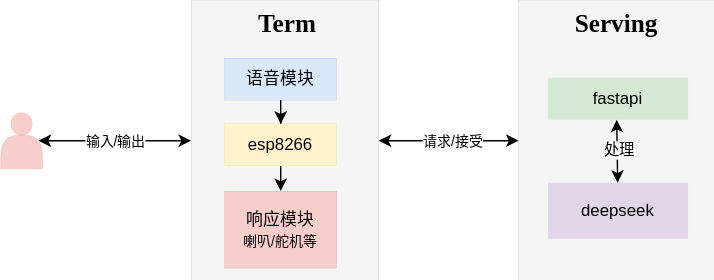
Before: svg/term-serving.drawio.svg, a diagram exported from draw.io (tkdo/device). Source tidied: cells renumbered, new cells last; positions are measured from the earlier drawing's top-left corner, leaving out a move shared by most shapes.
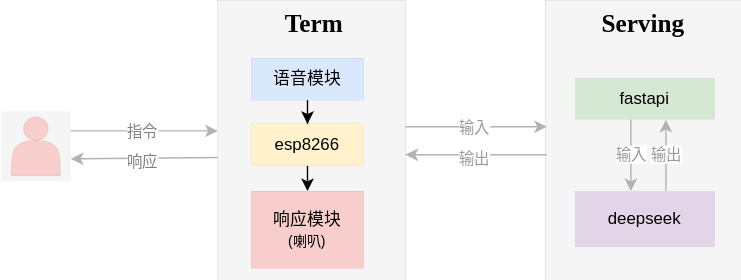
After the commit.

What changed in the source:
```diff
@@ -2,6 +2,9 @@
   <root>
     <mxCell id="0" />
     <mxCell id="1" parent="0" />
+    <mxCell id="20" style="whiteSpace=wrap;html=1;fillColor=#f5f5f5;fontColor=#333333;strokeColor=none;" parent="1" vertex="1">
+      <mxGeometry x="-19" y="79" width="50" height="50" as="geometry" />
+    </mxCell>
     <mxCell id="2" style="rounded=0;whiteSpace=wrap;html=1;fillColor=#f5f5f5;fontColor=#333333;strokeColor=#666666;strokeWidth=0;" parent="1" vertex="1">
       <mxGeometry x="136" width="134" height="200" as="geometry" />
     </mxCell>
@@ -12,13 +15,13 @@
       <mxGeometry x="391" y="55" width="100" height="30" as="geometry" />
     </mxCell>
     <mxCell id="5" value="deepseek" style="rounded=0;whiteSpace=wrap;html=1;fillColor=#e1d5e7;strokeColor=none;glass=0;shadow=0;" parent="1" vertex="1">
-      <mxGeometry x="391" y="130" width="100" height="40" as="geometry" />
+      <mxGeometry x="391" y="136" width="100" height="40" as="geometry" />
     </mxCell>
     <mxCell id="6" value="&lt;h2 style=&quot;margin-top: 0px;&quot;&gt;&lt;font face=&quot;Verdana&quot;&gt;Serving&lt;/font&gt;&lt;/h2&gt;" style="text;html=1;whiteSpace=wrap;overflow=hidden;rounded=0;align=center;" parent="1" vertex="1">
       <mxGeometry x="395" width="90" height="30" as="geometry" />
     </mxCell>
     <mxCell id="7" style="shape=actor;whiteSpace=wrap;html=1;fillColor=#f8cecc;strokeColor=#b85450;strokeWidth=0;" parent="1" vertex="1">
-      <mxGeometry y="80" width="30" height="40" as="geometry" />
+      <mxGeometry x="-11.5" y="83" width="35" height="42" as="geometry" />
     </mxCell>
     <mxCell id="8" style="edgeStyle=orthogonalEdgeStyle;rounded=0;jettySize=auto;html=1;" parent="1" edge="1" source="9" target="13">
       <mxGeometry relative="1" as="geometry" />
@@ -26,41 +29,83 @@
     <mxCell id="9" value="语音模块" style="rounded=0;whiteSpace=wrap;html=1;fillColor=#dae8fc;strokeColor=#6c8ebf;strokeWidth=0;" parent="1" vertex="1">
       <mxGeometry x="160" y="41" width="80" height="30" as="geometry" />
     </mxCell>
-    <mxCell id="10" style="endArrow=classic;startArrow=classic;html=1;rounded=0;" parent="1" edge="1" source="5">
-      <mxGeometry relative="1" as="geometry">
-        <mxPoint x="440" y="85" as="targetPoint" />
-      </mxGeometry>
-    </mxCell>
-    <mxCell id="11" value="处理" style="edgeLabel;html=1;align=center;verticalAlign=middle;" parent="10" vertex="1">
-      <mxGeometry y="-1" relative="1" as="geometry" />
-    </mxCell>
-    <mxCell id="12" value="&lt;div&gt;&lt;span style=&quot;background-color: transparent; color: light-dark(rgb(0, 0, 0), rgb(255, 255, 255));&quot;&gt;响应模块&lt;/span&gt;&lt;/div&gt;&lt;div&gt;&lt;font style=&quot;font-size: 10px;&quot;&gt;喇叭/舵机等&lt;/font&gt;&lt;/div&gt;" style="rounded=0;whiteSpace=wrap;html=1;fillColor=#f8cecc;strokeColor=#b85450;strokeWidth=0;" parent="1" vertex="1">
+    <mxCell id="12" value="&lt;div&gt;&lt;span style=&quot;background-color: transparent; color: light-dark(rgb(0, 0, 0), rgb(255, 255, 255));&quot;&gt;响应模块&lt;/span&gt;&lt;/div&gt;&lt;div&gt;&lt;font style=&quot;font-size: 10px;&quot;&gt;(喇叭)&lt;/font&gt;&lt;/div&gt;" style="rounded=0;whiteSpace=wrap;html=1;fillColor=#f8cecc;strokeColor=#b85450;strokeWidth=0;" parent="1" vertex="1">
       <mxGeometry x="160" y="136" width="80" height="55" as="geometry" />
     </mxCell>
     <mxCell id="13" value="esp8266" style="rounded=0;whiteSpace=wrap;html=1;fillColor=#fff2cc;strokeColor=#d6b656;strokeWidth=0;" parent="1" vertex="1">
       <mxGeometry x="160" y="88" width="80" height="30" as="geometry" />
     </mxCell>
-    <mxCell id="14" style="endArrow=classic;startArrow=classic;html=1;rounded=0;entryX=0;entryY=0.5;entryDx=0;entryDy=0;exitX=1;exitY=0.5;exitDx=0;exitDy=0;" parent="1" edge="1" source="2" target="3">
-      <mxGeometry relative="1" as="geometry" />
-    </mxCell>
-    <mxCell id="15" value="&lt;font style=&quot;font-size: 10px;&quot;&gt;请求/接受&lt;/font&gt;" style="edgeLabel;html=1;align=center;verticalAlign=middle;" parent="14" vertex="1">
-      <mxGeometry x="0.04" y="-2" relative="1" as="geometry">
-        <mxPoint y="-3" as="offset" />
-      </mxGeometry>
-    </mxCell>
     <mxCell id="16" style="endArrow=classic;html=1;rounded=0;exitX=0.5;exitY=1;exitDx=0;exitDy=0;entryX=0.5;entryY=0;entryDx=0;entryDy=0;" parent="1" edge="1" source="13" target="12">
       <mxGeometry relative="1" as="geometry" />
     </mxCell>
-    <mxCell id="17" style="endArrow=classic;startArrow=classic;html=1;rounded=0;entryX=0;entryY=0.5;entryDx=0;entryDy=0;exitX=0.9;exitY=0.5;exitDx=0;exitDy=0;exitPerimeter=0;" parent="1" edge="1" source="7" target="2">
-      <mxGeometry relative="1" as="geometry" />
-    </mxCell>
-    <mxCell id="18" value="&lt;font style=&quot;font-size: 10px;&quot;&gt;输入/输出&lt;/font&gt;" style="edgeLabel;html=1;align=center;verticalAlign=middle;" parent="17" vertex="1">
-      <mxGeometry y="-4" relative="1" as="geometry">
-        <mxPoint y="-5" as="offset" />
-      </mxGeometry>
-    </mxCell>
     <mxCell id="19" value="&lt;h2 style=&quot;margin-top: 0px;&quot;&gt;&lt;font face=&quot;Verdana&quot;&gt;Term&lt;/font&gt;&lt;/h2&gt;" style="text;html=1;whiteSpace=wrap;overflow=hidden;rounded=0;align=center;" parent="1" vertex="1">
       <mxGeometry x="160" width="90" height="30" as="geometry" />
     </mxCell>
+    <mxCell id="21" style="endArrow=classic;html=1;rounded=0;entryX=0.03;entryY=0.42;entryDx=0;entryDy=0;entryPerimeter=0;fillColor=#f5f5f5;strokeColor=#B3B3B3;" parent="1" edge="1">
+      <mxGeometry relative="1" as="geometry">
+        <mxPoint x="31" y="93" as="sourcePoint" />
+        <mxPoint x="136" y="93" as="targetPoint" />
+      </mxGeometry>
+    </mxCell>
+    <mxCell id="22" value="指令" style="edgeLabel;html=1;align=center;verticalAlign=middle;fontColor=#808080;" parent="21" vertex="1">
+      <mxGeometry x="-0.2" y="-2" relative="1" as="geometry">
+        <mxPoint x="8" y="-2" as="offset" />
+      </mxGeometry>
+    </mxCell>
+    <mxCell id="23" style="endArrow=classic;html=1;rounded=0;exitX=0;exitY=0.5;exitDx=0;exitDy=0;fillColor=#f5f5f5;strokeColor=#B3B3B3;" parent="1" edge="1">
+      <mxGeometry relative="1" as="geometry">
+        <mxPoint x="136" y="112" as="sourcePoint" />
+        <mxPoint x="31" y="113" as="targetPoint" />
+      </mxGeometry>
+    </mxCell>
+    <mxCell id="24" value="响应" style="edgeLabel;html=1;align=center;verticalAlign=middle;fontColor=#808080;" parent="23" vertex="1">
+      <mxGeometry x="-0.01" y="2" relative="1" as="geometry">
+        <mxPoint x="-3" as="offset" />
+      </mxGeometry>
+    </mxCell>
+    <mxCell id="25" style="endArrow=classic;html=1;rounded=0;fontColor=#999999;strokeColor=#B3B3B3;" parent="1" edge="1">
+      <mxGeometry relative="1" as="geometry">
+        <mxPoint x="270" y="90" as="sourcePoint" />
+        <mxPoint x="371" y="90" as="targetPoint" />
+      </mxGeometry>
+    </mxCell>
+    <mxCell id="26" value="输入" style="edgeLabel;html=1;align=center;verticalAlign=middle;fontColor=#999999;" parent="25" vertex="1">
+      <mxGeometry x="-0.2" y="-2" relative="1" as="geometry">
+        <mxPoint x="8" y="-2" as="offset" />
+      </mxGeometry>
+    </mxCell>
+    <mxCell id="27" style="endArrow=classic;html=1;rounded=0;fontColor=#999999;strokeColor=#B3B3B3;" parent="1" edge="1">
+      <mxGeometry relative="1" as="geometry">
+        <mxPoint x="371" y="110" as="sourcePoint" />
+        <mxPoint x="270" y="110" as="targetPoint" />
+      </mxGeometry>
+    </mxCell>
+    <mxCell id="28" value="输出" style="edgeLabel;html=1;align=center;verticalAlign=middle;fontColor=#999999;" parent="27" vertex="1">
+      <mxGeometry x="-0.01" y="2" relative="1" as="geometry">
+        <mxPoint x="-3" as="offset" />
+      </mxGeometry>
+    </mxCell>
+    <mxCell id="29" style="endArrow=classic;html=1;rounded=0;fontColor=#999999;strokeColor=#B3B3B3;entryX=0.25;entryY=0;entryDx=0;entryDy=0;exitX=0.25;exitY=1;exitDx=0;exitDy=0;" parent="1" edge="1">
+      <mxGeometry relative="1" as="geometry">
+        <mxPoint x="431" y="85" as="sourcePoint" />
+        <mxPoint x="431" y="136" as="targetPoint" />
+      </mxGeometry>
+    </mxCell>
+    <mxCell id="30" value="输入" style="edgeLabel;html=1;align=center;verticalAlign=middle;fontColor=#999999;" parent="29" vertex="1">
+      <mxGeometry x="-0.2" y="-2" relative="1" as="geometry">
+        <mxPoint x="1" y="4" as="offset" />
+      </mxGeometry>
+    </mxCell>
+    <mxCell id="31" style="endArrow=classic;html=1;rounded=0;fontColor=#999999;strokeColor=#B3B3B3;entryX=0.75;entryY=1;entryDx=0;entryDy=0;exitX=0.75;exitY=0;exitDx=0;exitDy=0;" parent="1" edge="1">
+      <mxGeometry relative="1" as="geometry">
+        <mxPoint x="456" y="136" as="sourcePoint" />
+        <mxPoint x="456" y="85" as="targetPoint" />
+      </mxGeometry>
+    </mxCell>
+    <mxCell id="32" value="输出" style="edgeLabel;html=1;align=center;verticalAlign=middle;fontColor=#999999;" parent="31" vertex="1">
+      <mxGeometry x="-0.01" y="2" relative="1" as="geometry">
+        <mxPoint x="1" y="-2" as="offset" />
+      </mxGeometry>
+    </mxCell>
   </root>
 </mxGraphModel>
```
